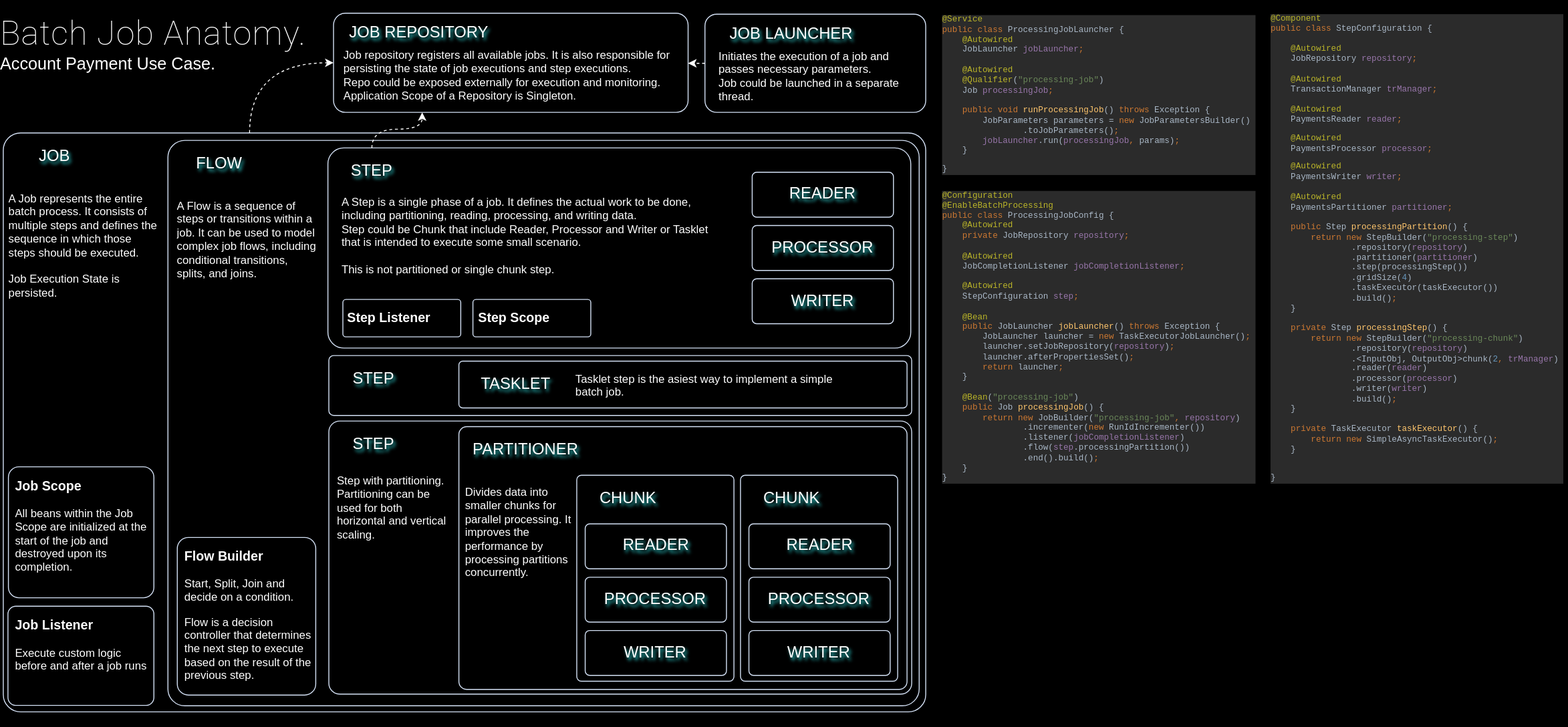
gsaukov/spring-batch-demo keeps this draw.io diagram as public/images/spring-batch-design.drawio.svg. Above is the earlier version. Source tidied: cells renumbered, new cells last; positions are measured from the earlier drawing's top-left corner, leaving out a move shared by most shapes.
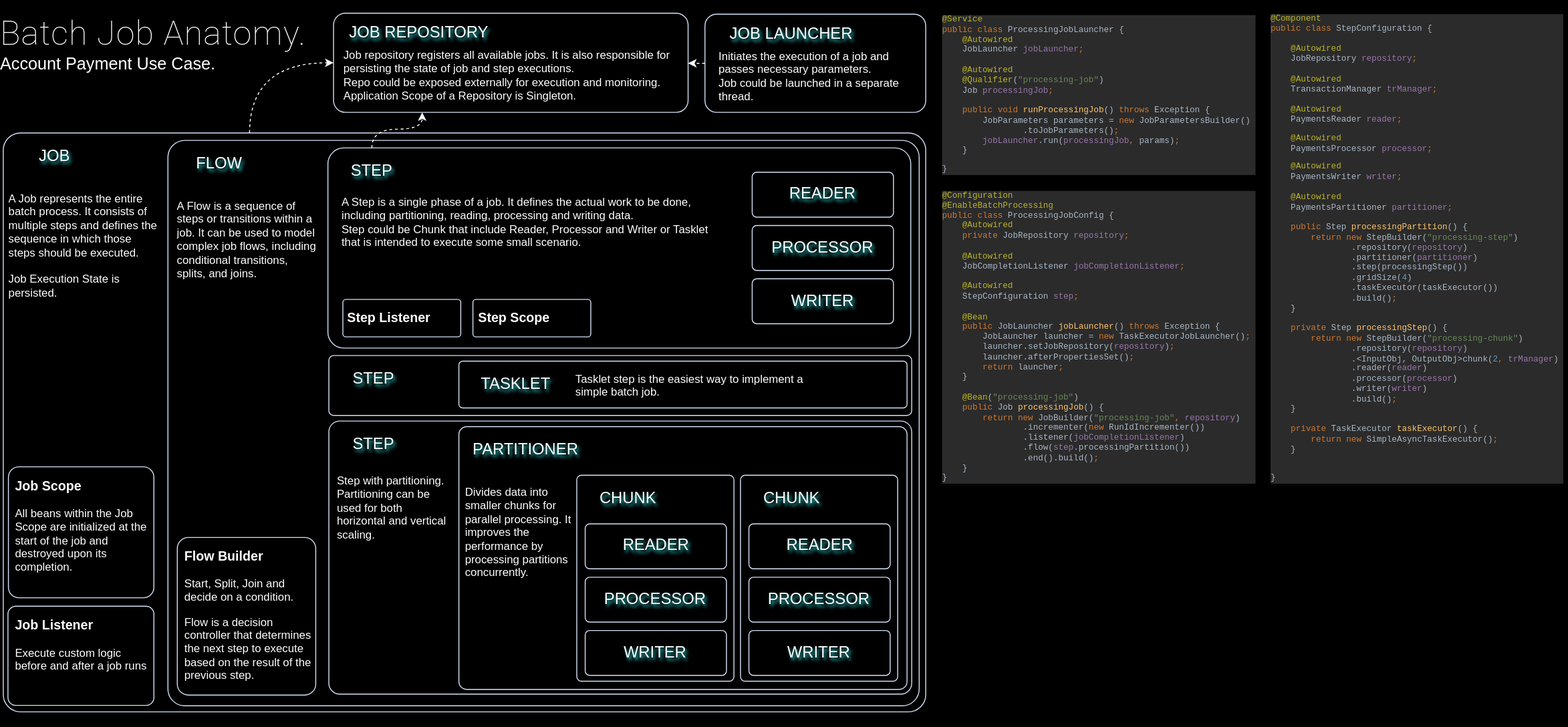
After the change.

The edit, as a diff of the source:
```diff
@@ -59,7 +59,7 @@
     <mxCell id="20" value="TASKLET" style="text;html=1;strokeColor=none;fillColor=none;align=center;verticalAlign=middle;whiteSpace=wrap;rounded=0;shadow=0;sketch=0;shadowColor=#33FFFF;textShadow=1;fontColor=#FFFFFF;shadowOpacity=80;fontSize=17;" parent="15" vertex="1">
       <mxGeometry x="146.5" y="6" width="119.5" height="50" as="geometry" />
     </mxCell>
-    <mxCell id="21" value="&lt;p style=&quot;margin-top: 0px; margin-bottom: 0px;&quot;&gt;Tasklet step is the asiest way to implement a simple batch job.&lt;/p&gt;" style="text;html=1;whiteSpace=wrap;overflow=hidden;rounded=0;fontColor=#FFFFFF;spacing=0;" parent="15" vertex="1">
+    <mxCell id="21" value="&lt;p style=&quot;margin-top: 0px; margin-bottom: 0px;&quot;&gt;Tasklet step is the easiest way to implement a simple batch job.&lt;/p&gt;" style="text;html=1;whiteSpace=wrap;overflow=hidden;rounded=0;fontColor=#FFFFFF;spacing=0;" parent="15" vertex="1">
       <mxGeometry x="270.5" y="13" width="276.5" height="43" as="geometry" />
     </mxCell>
     <mxCell id="22" style="rounded=1;whiteSpace=wrap;html=1;shadow=0;arcSize=3;fillColor=none;glass=0;perimeterSpacing=0;labelBorderColor=none;shadowOffsetX=2;shadowOpacity=80;shadowColor=#33FFFF;strokeColor=#D4E1F5;strokeWidth=1;shadowBlur=1;" parent="1" vertex="1">
@@ -137,7 +137,7 @@
     <mxCell id="46" style="rounded=1;whiteSpace=wrap;html=1;shadow=0;arcSize=8;fillColor=none;glass=0;perimeterSpacing=0;labelBorderColor=none;shadowOffsetX=2;shadowOpacity=80;shadowColor=#33FFFF;strokeColor=#D4E1F5;strokeWidth=1;shadowBlur=1;" parent="1" vertex="1">
       <mxGeometry x="366" y="319.5" width="126" height="40" as="geometry" />
     </mxCell>
-    <mxCell id="47" value="&lt;p style=&quot;margin-top: 0px; margin-bottom: 0px;&quot;&gt;A Step is a single phase of a job. It defines the actual work to be done, including partitioning, reading, processing, and writing data.&lt;/p&gt;&lt;p style=&quot;margin-top: 0px; margin-bottom: 0px;&quot;&gt;&lt;span style=&quot;background-color: initial;&quot;&gt;Step could be Chunk that include Reader, Processor and Writer or Tasklet that is intended to execute some small scenario.&lt;/span&gt;&lt;br&gt;&lt;/p&gt;&lt;p style=&quot;margin-top: 0px; margin-bottom: 0px;&quot;&gt;&lt;span style=&quot;background-color: initial;&quot;&gt;&lt;br&gt;&lt;/span&gt;&lt;/p&gt;&lt;div&gt;This is not partitioned or&amp;nbsp;&lt;span style=&quot;background-color: initial;&quot;&gt;single chunk&lt;/span&gt;&lt;span style=&quot;background-color: initial;&quot;&gt;&amp;nbsp;step.&lt;/span&gt;&lt;/div&gt;" style="text;html=1;whiteSpace=wrap;overflow=hidden;rounded=0;fontColor=#FFFFFF;spacing=0;" parent="1" vertex="1">
+    <mxCell id="47" value="&lt;p style=&quot;margin-top: 0px; margin-bottom: 0px;&quot;&gt;A Step is a single phase of a job. It defines the actual work to be done, including partitioning, reading, processing and writing data.&lt;/p&gt;&lt;p style=&quot;margin-top: 0px; margin-bottom: 0px;&quot;&gt;&lt;span style=&quot;background-color: initial;&quot;&gt;Step could be Chunk that include Reader, Processor and Writer or Tasklet that is intended to execute some small scenario.&lt;/span&gt;&lt;/p&gt;" style="text;html=1;whiteSpace=wrap;overflow=hidden;rounded=0;fontColor=#FFFFFF;spacing=0;" parent="1" vertex="1">
       <mxGeometry x="365" y="203.5" width="411" height="112" as="geometry" />
     </mxCell>
     <mxCell id="48" value="STEP" style="text;html=1;strokeColor=none;fillColor=none;align=center;verticalAlign=middle;whiteSpace=wrap;rounded=0;shadow=0;sketch=0;shadowColor=#33FFFF;textShadow=1;fontColor=#FFFFFF;shadowOpacity=80;fontSize=17;" parent="1" vertex="1">
@@ -179,7 +179,7 @@
     <mxCell id="60" value="JOB REPOSITORY" style="text;html=1;strokeColor=none;fillColor=none;align=center;verticalAlign=middle;whiteSpace=wrap;rounded=0;shadow=0;sketch=0;shadowColor=#33FFFF;textShadow=1;fontColor=#FFFFFF;shadowOpacity=80;fontSize=17;" parent="1" vertex="1">
       <mxGeometry x="354" y="9.5" width="187" height="50" as="geometry" />
     </mxCell>
-    <mxCell id="61" value="&lt;p style=&quot;margin-top: 0px; margin-bottom: 0px;&quot;&gt;&lt;span style=&quot;background-color: initial;&quot;&gt;Job repository registers all available jobs. It is also responsible for persisting the state of job executions and step executions.&lt;/span&gt;&lt;br&gt;&lt;/p&gt;&lt;p style=&quot;margin-top: 0px; margin-bottom: 0px;&quot;&gt;&lt;span style=&quot;background-color: initial;&quot;&gt;Repo could be exposed externally for execution and monitoring.&amp;nbsp;&lt;/span&gt;&lt;br&gt;&lt;/p&gt;&lt;p style=&quot;margin-top: 0px; margin-bottom: 0px;&quot;&gt;&lt;span style=&quot;background-color: initial;&quot;&gt;Application Scope of a Repository is Singleton.&lt;/span&gt;&lt;br&gt;&lt;/p&gt;" style="text;html=1;whiteSpace=wrap;overflow=hidden;rounded=0;fontColor=#FFFFFF;spacing=0;" parent="1" vertex="1">
+    <mxCell id="61" value="&lt;p style=&quot;margin-top: 0px; margin-bottom: 0px;&quot;&gt;&lt;span style=&quot;background-color: initial;&quot;&gt;Job repository registers all available jobs. It is also responsible for persisting the state of job and step executions.&lt;/span&gt;&lt;br&gt;&lt;/p&gt;&lt;p style=&quot;margin-top: 0px; margin-bottom: 0px;&quot;&gt;&lt;span style=&quot;background-color: initial;&quot;&gt;Repo could be exposed externally for execution and monitoring.&amp;nbsp;&lt;/span&gt;&lt;br&gt;&lt;/p&gt;&lt;p style=&quot;margin-top: 0px; margin-bottom: 0px;&quot;&gt;&lt;span style=&quot;background-color: initial;&quot;&gt;Application Scope of a Repository is Singleton.&lt;/span&gt;&lt;br&gt;&lt;/p&gt;" style="text;html=1;whiteSpace=wrap;overflow=hidden;rounded=0;fontColor=#FFFFFF;spacing=0;" parent="1" vertex="1">
       <mxGeometry x="367" y="46.5" width="361" height="65" as="geometry" />
     </mxCell>
     <mxCell id="62" style="rounded=1;whiteSpace=wrap;html=1;shadow=0;arcSize=12;fillColor=none;glass=0;perimeterSpacing=0;labelBorderColor=none;shadowOffsetX=2;shadowOpacity=80;shadowColor=#33FFFF;strokeColor=#D4E1F5;strokeWidth=1;shadowBlur=1;shadowOffsetY=2;" parent="1" vertex="1">
```
